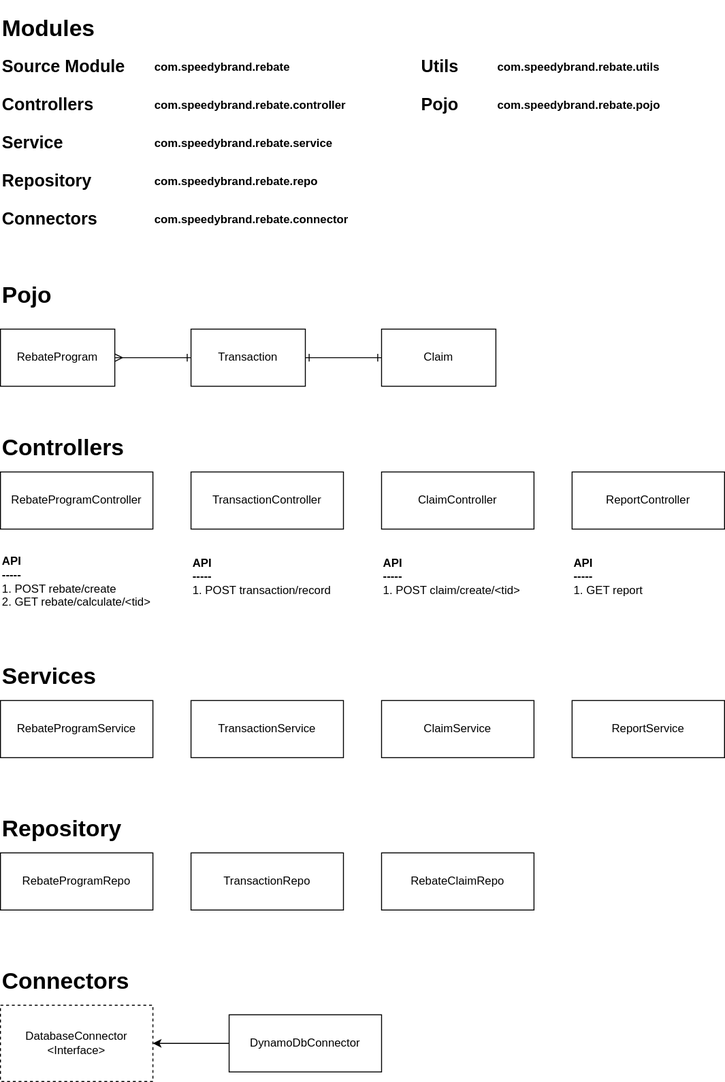
Earlier version of the draw.io export documentation/class_diagram.svg (rahul38888/rebate-service). Source tidied: cells renumbered, new cells last; positions are measured from the earlier drawing's top-left corner, leaving out a move shared by most shapes.
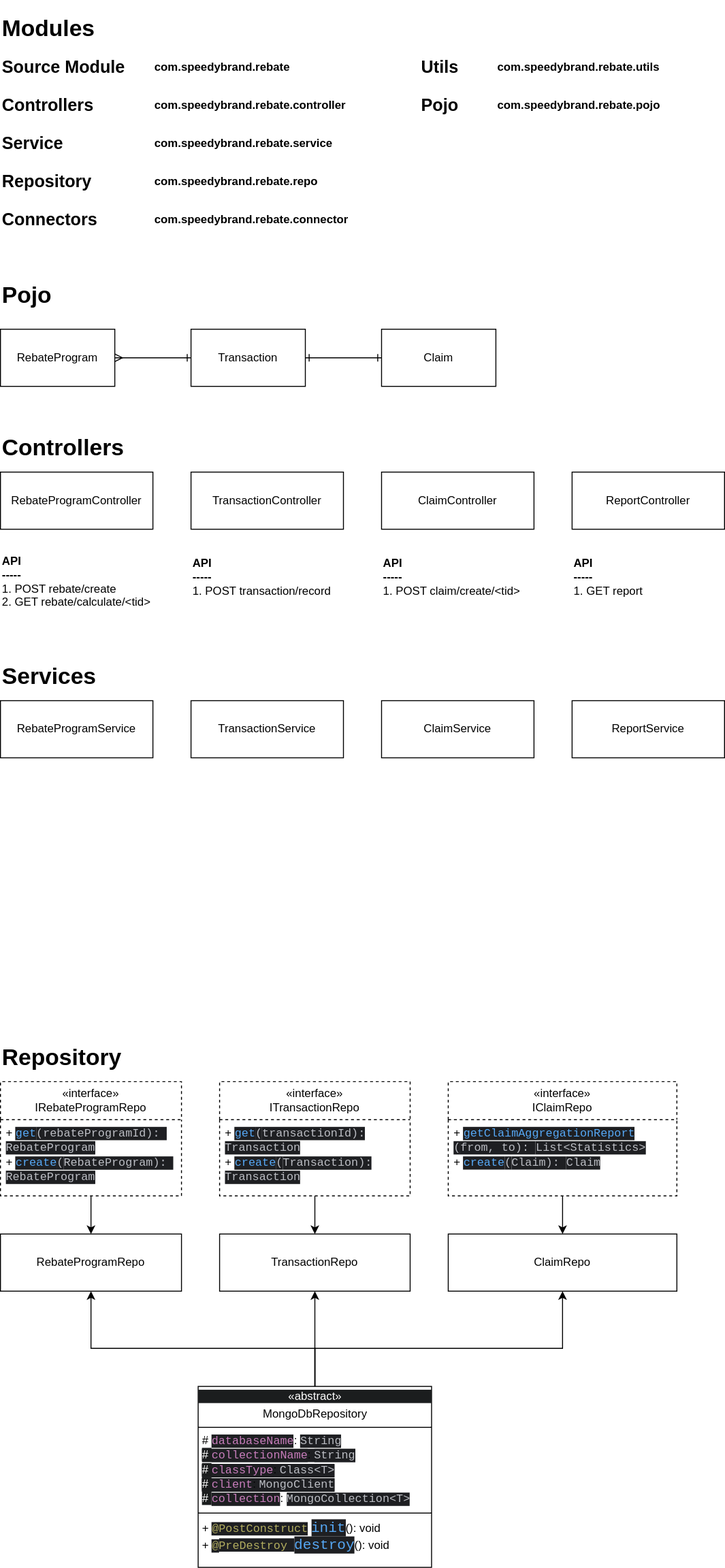
Above is the later version.

The edit, as a diff of the source:
```diff
@@ -107,18 +107,6 @@
     <mxCell id="36" value="ReportService" style="rounded=0;whiteSpace=wrap;html=1;" parent="1" vertex="1">
       <mxGeometry x="600" y="720" width="160" height="60" as="geometry" />
     </mxCell>
-    <mxCell id="37" value="&lt;h1&gt;&lt;b&gt;Connectors&lt;/b&gt;&lt;/h1&gt;" style="text;html=1;strokeColor=none;fillColor=none;align=left;verticalAlign=middle;whiteSpace=wrap;rounded=0;" parent="1" vertex="1">
-      <mxGeometry y="1000" width="160" height="30" as="geometry" />
-    </mxCell>
-    <mxCell id="38" value="DatabaseConnector&lt;br&gt;&amp;lt;Interface&amp;gt;" style="rounded=0;whiteSpace=wrap;html=1;dashed=1;" parent="1" vertex="1">
-      <mxGeometry y="1040" width="160" height="80" as="geometry" />
-    </mxCell>
-    <mxCell id="39" style="edgeStyle=orthogonalEdgeStyle;rounded=0;jettySize=auto;html=1;" parent="1" edge="1" source="40" target="38">
-      <mxGeometry relative="1" as="geometry" />
-    </mxCell>
-    <mxCell id="40" value="DynamoDbConnector" style="rounded=0;whiteSpace=wrap;html=1;" parent="1" vertex="1">
-      <mxGeometry x="240" y="1050" width="160" height="60" as="geometry" />
-    </mxCell>
     <mxCell id="41" value="&lt;b&gt;API&lt;/b&gt;&lt;div&gt;&lt;b&gt;-----&lt;br&gt;&lt;/b&gt;&lt;div&gt;&lt;span style=&quot;background-color: transparent; color: light-dark(rgb(0, 0, 0), rgb(255, 255, 255));&quot;&gt;1. POST rebate/create&lt;br&gt;2. GET rebate/calculate/&amp;lt;tid&amp;gt;&lt;/span&gt;&lt;/div&gt;&lt;/div&gt;" style="text;html=1;align=left;verticalAlign=middle;strokeColor=none;fillColor=none;" parent="1" vertex="1">
       <mxGeometry y="560" width="180" height="70" as="geometry" />
     </mxCell>
@@ -131,18 +119,6 @@
     <mxCell id="44" value="&lt;b&gt;API&lt;/b&gt;&lt;div&gt;&lt;b&gt;-----&lt;br&gt;&lt;/b&gt;&lt;div&gt;&lt;span style=&quot;background-color: transparent; color: light-dark(rgb(0, 0, 0), rgb(255, 255, 255));&quot;&gt;1. GET report&lt;/span&gt;&lt;/div&gt;&lt;/div&gt;" style="text;html=1;align=left;verticalAlign=middle;strokeColor=none;fillColor=none;" parent="1" vertex="1">
       <mxGeometry x="600" y="560" width="100" height="60" as="geometry" />
     </mxCell>
-    <mxCell id="45" value="&lt;h1&gt;&lt;b&gt;Repository&lt;/b&gt;&lt;/h1&gt;" style="text;html=1;strokeColor=none;fillColor=none;align=left;verticalAlign=middle;whiteSpace=wrap;rounded=0;" parent="1" vertex="1">
-      <mxGeometry y="840" width="160" height="30" as="geometry" />
-    </mxCell>
-    <mxCell id="46" value="RebateProgramRepo&lt;span id=&quot;docs-internal-guid-51c3661c-7fff-6c85-ffb4-c56acdf7ba04&quot;&gt;&lt;/span&gt;" style="rounded=0;whiteSpace=wrap;html=1;" parent="1" vertex="1">
-      <mxGeometry y="880" width="160" height="60" as="geometry" />
-    </mxCell>
-    <mxCell id="47" value="TransactionRepo&lt;span id=&quot;docs-internal-guid-d8734f90-7fff-2472-1d8d-e182604378fd&quot;&gt;&lt;/span&gt;&lt;span id=&quot;docs-internal-guid-d8734f90-7fff-2472-1d8d-e182604378fd&quot;&gt;&lt;/span&gt;" style="rounded=0;whiteSpace=wrap;html=1;" parent="1" vertex="1">
-      <mxGeometry x="200" y="880" width="160" height="60" as="geometry" />
-    </mxCell>
-    <mxCell id="48" value="RebateClaimRepo&lt;span id=&quot;docs-internal-guid-51c3661c-7fff-6c85-ffb4-c56acdf7ba04&quot;&gt;&lt;/span&gt;" style="rounded=0;whiteSpace=wrap;html=1;" parent="1" vertex="1">
-      <mxGeometry x="400" y="880" width="160" height="60" as="geometry" />
-    </mxCell>
     <mxCell id="49" style="group;" parent="1" vertex="1">
       <mxGeometry x="440" y="40" width="300" height="30" as="geometry" />
     </mxCell>
@@ -152,5 +128,69 @@
     <mxCell id="51" value="&lt;b&gt;com.speedybrand.rebate.utils&lt;/b&gt;" style="text;html=1;strokeColor=none;fillColor=none;align=left;verticalAlign=middle;whiteSpace=wrap;rounded=0;" parent="49" vertex="1">
       <mxGeometry x="80" width="140" height="30" as="geometry" />
     </mxCell>
+    <mxCell id="52" style="group;" parent="1" vertex="1">
+      <mxGeometry y="1080" width="710" height="550" as="geometry" />
+    </mxCell>
+    <mxCell id="45" value="&lt;h1&gt;&lt;b&gt;Repository&lt;/b&gt;&lt;/h1&gt;" style="text;html=1;strokeColor=none;fillColor=none;align=left;verticalAlign=middle;whiteSpace=wrap;rounded=0;" parent="52" vertex="1">
+      <mxGeometry width="160" height="30" as="geometry" />
+    </mxCell>
+    <mxCell id="53" style="edgeStyle=orthogonalEdgeStyle;rounded=0;jettySize=auto;html=1;" parent="52" edge="1" source="61" target="46">
+      <mxGeometry relative="1" as="geometry" />
+    </mxCell>
+    <mxCell id="54" style="edgeStyle=orthogonalEdgeStyle;rounded=0;jettySize=auto;html=1;" parent="52" edge="1" source="63" target="47">
+      <mxGeometry relative="1" as="geometry" />
+    </mxCell>
+    <mxCell id="55" style="edgeStyle=orthogonalEdgeStyle;rounded=0;jettySize=auto;html=1;" parent="52" edge="1" source="65" target="56">
+      <mxGeometry relative="1" as="geometry" />
+    </mxCell>
+    <mxCell id="46" value="RebateProgramRepo&lt;span id=&quot;docs-internal-guid-51c3661c-7fff-6c85-ffb4-c56acdf7ba04&quot;&gt;&lt;/span&gt;" style="rounded=0;whiteSpace=wrap;html=1;" parent="52" vertex="1">
+      <mxGeometry y="200" width="190" height="60" as="geometry" />
+    </mxCell>
+    <mxCell id="47" value="TransactionRepo&lt;span id=&quot;docs-internal-guid-d8734f90-7fff-2472-1d8d-e182604378fd&quot;&gt;&lt;/span&gt;&lt;span id=&quot;docs-internal-guid-d8734f90-7fff-2472-1d8d-e182604378fd&quot;&gt;&lt;/span&gt;" style="rounded=0;whiteSpace=wrap;html=1;" parent="52" vertex="1">
+      <mxGeometry x="230" y="200" width="200" height="60" as="geometry" />
+    </mxCell>
+    <mxCell id="56" value="ClaimRepo&lt;span id=&quot;docs-internal-guid-51c3661c-7fff-6c85-ffb4-c56acdf7ba04&quot;&gt;&lt;/span&gt;" style="rounded=0;whiteSpace=wrap;html=1;" parent="52" vertex="1">
+      <mxGeometry x="470" y="200" width="240" height="60" as="geometry" />
+    </mxCell>
+    <mxCell id="57" style="edgeStyle=orthogonalEdgeStyle;rounded=0;jettySize=auto;html=1;" parent="52" edge="1" source="60" target="47">
+      <mxGeometry relative="1" as="geometry" />
+    </mxCell>
+    <mxCell id="58" style="edgeStyle=orthogonalEdgeStyle;rounded=0;jettySize=auto;html=1;" parent="52" edge="1" source="60" target="56">
+      <mxGeometry relative="1" as="geometry">
+        <Array as="points">
+          <mxPoint x="330" y="320" />
+          <mxPoint x="590" y="320" />
+        </Array>
+      </mxGeometry>
+    </mxCell>
+    <mxCell id="59" style="edgeStyle=orthogonalEdgeStyle;rounded=0;jettySize=auto;html=1;" parent="52" edge="1" source="60" target="46">
+      <mxGeometry relative="1" as="geometry">
+        <Array as="points">
+          <mxPoint x="330" y="320" />
+          <mxPoint x="95" y="320" />
+        </Array>
+      </mxGeometry>
+    </mxCell>
+    <mxCell id="60" value="&lt;p style=&quot;margin:0px;margin-top:4px;text-align:center;&quot;&gt;&lt;span style=&quot;color: rgb(255, 255, 255); font-family: Helvetica; font-size: 12px; font-style: normal; font-variant-ligatures: normal; font-variant-caps: normal; font-weight: 400; letter-spacing: normal; orphans: 2; text-align: center; text-indent: 0px; text-transform: none; widows: 2; word-spacing: 0px; -webkit-text-stroke-width: 0px; white-space: normal; background-color: rgb(27, 29, 30); text-decoration-thickness: initial; text-decoration-style: initial; text-decoration-color: initial; float: none; display: inline !important;&quot;&gt;&lt;/span&gt;&lt;/p&gt;&lt;div style=&quot;forced-color-adjust: none; color: rgb(255, 255, 255); font-family: Helvetica; font-size: 12px; font-style: normal; font-variant-ligatures: normal; font-variant-caps: normal; font-weight: 400; letter-spacing: normal; orphans: 2; text-align: center; text-indent: 0px; text-transform: none; widows: 2; word-spacing: 0px; -webkit-text-stroke-width: 0px; white-space: normal; background-color: rgb(27, 29, 30); text-decoration-thickness: initial; text-decoration-style: initial; text-decoration-color: initial; box-shadow: none !important;&quot;&gt;«abstract»&lt;br style=&quot;forced-color-adjust: none; box-shadow: none !important;&quot;&gt;&lt;/div&gt;&lt;p style=&quot;margin:0px;margin-top:4px;text-align:center;&quot;&gt;MongoDbRepository&lt;br&gt;&lt;/p&gt;&lt;hr size=&quot;1&quot; style=&quot;border-style:solid;&quot;&gt;&lt;p style=&quot;margin:0px;margin-left:4px;&quot;&gt;#&amp;nbsp;&lt;span style=&quot;color: rgb(199, 125, 187); font-family: &amp;quot;JetBrains Mono&amp;quot;, monospace; background-color: rgb(30, 31, 34);&quot;&gt;&lt;font style=&quot;font-size: 12px;&quot;&gt;databaseName&lt;/font&gt;&lt;/span&gt;&lt;span style=&quot;background-color: transparent; color: light-dark(rgb(0, 0, 0), rgb(255, 255, 255));&quot;&gt;:&amp;nbsp;&lt;/span&gt;&lt;span style=&quot;font-family: &amp;quot;JetBrains Mono&amp;quot;, monospace; background-color: rgb(30, 31, 34); color: rgb(188, 190, 196);&quot;&gt;&lt;font style=&quot;font-size: 12px;&quot;&gt;String&lt;/font&gt;&lt;/span&gt;&lt;/p&gt;&lt;p style=&quot;margin:0px;margin-left:4px;&quot;&gt;&lt;span style=&quot;font-family: &amp;quot;JetBrains Mono&amp;quot;, monospace; background-color: rgb(30, 31, 34); color: rgb(188, 190, 196);&quot;&gt;&lt;font style=&quot;font-size: 12px;&quot;&gt;&lt;span style=&quot;color: rgb(255, 255, 255); font-family: Helvetica; background-color: rgb(27, 29, 30);&quot;&gt;#&amp;nbsp;&lt;/span&gt;&lt;span style=&quot;color: rgb(199, 125, 187); background-color: rgb(30, 31, 34);&quot;&gt;collectionName&lt;/span&gt;&lt;span style=&quot;color: light-dark(rgb(0, 0, 0), rgb(255, 255, 255)); font-family: Helvetica; background-color: transparent;&quot;&gt;:&amp;nbsp;&lt;/span&gt;&lt;span style=&quot;background-color: rgb(30, 31, 34); color: rgb(188, 190, 196);&quot;&gt;String&lt;/span&gt;&lt;br&gt;&lt;/font&gt;&lt;/span&gt;&lt;/p&gt;&lt;p style=&quot;margin:0px;margin-left:4px;&quot;&gt;&lt;span style=&quot;font-family: &amp;quot;JetBrains Mono&amp;quot;, monospace; background-color: rgb(30, 31, 34); color: rgb(188, 190, 196);&quot;&gt;&lt;font style=&quot;font-size: 12px;&quot;&gt;&lt;span style=&quot;background-color: rgb(30, 31, 34); color: rgb(188, 190, 196);&quot;&gt;&lt;span style=&quot;color: rgb(255, 255, 255); font-family: Helvetica; background-color: rgb(27, 29, 30);&quot;&gt;#&amp;nbsp;&lt;/span&gt;&lt;span style=&quot;color: rgb(199, 125, 187); background-color: rgb(30, 31, 34);&quot;&gt;classType&lt;/span&gt;&lt;span style=&quot;color: light-dark(rgb(0, 0, 0), rgb(255, 255, 255)); font-family: Helvetica; background-color: transparent;&quot;&gt;:&amp;nbsp;&lt;/span&gt;&lt;span style=&quot;background-color: rgb(30, 31, 34); color: rgb(188, 190, 196);&quot;&gt;Class&amp;lt;T&amp;gt;&lt;/span&gt;&lt;br&gt;&lt;/span&gt;&lt;/font&gt;&lt;/span&gt;&lt;/p&gt;&lt;p style=&quot;margin:0px;margin-left:4px;&quot;&gt;&lt;span style=&quot;font-family: &amp;quot;JetBrains Mono&amp;quot;, monospace; background-color: rgb(30, 31, 34); color: rgb(188, 190, 196);&quot;&gt;&lt;font style=&quot;font-size: 12px;&quot;&gt;&lt;span style=&quot;background-color: rgb(30, 31, 34); color: rgb(188, 190, 196);&quot;&gt;&lt;span style=&quot;background-color: rgb(30, 31, 34); color: rgb(188, 190, 196);&quot;&gt;&lt;span style=&quot;color: rgb(255, 255, 255); font-family: Helvetica; background-color: rgb(27, 29, 30);&quot;&gt;#&amp;nbsp;&lt;/span&gt;&lt;span style=&quot;color: rgb(199, 125, 187); background-color: rgb(30, 31, 34);&quot;&gt;client&lt;/span&gt;&lt;span style=&quot;color: light-dark(rgb(0, 0, 0), rgb(255, 255, 255)); font-family: Helvetica; background-color: transparent;&quot;&gt;:&amp;nbsp;&lt;/span&gt;&lt;span style=&quot;background-color: rgb(30, 31, 34); color: rgb(188, 190, 196);&quot;&gt;MongoClient&lt;/span&gt;&lt;/span&gt;&lt;/span&gt;&lt;/font&gt;&lt;/span&gt;&lt;/p&gt;&lt;p style=&quot;margin:0px;margin-left:4px;&quot;&gt;&lt;span style=&quot;color: rgb(255, 255, 255); background-color: rgb(27, 29, 30);&quot;&gt;#&amp;nbsp;&lt;/span&gt;&lt;span style=&quot;font-family: &amp;quot;JetBrains Mono&amp;quot;, monospace; background-color: rgb(30, 31, 34); color: rgb(199, 125, 187);&quot;&gt;collection&lt;/span&gt;&lt;span style=&quot;background-color: transparent; color: light-dark(rgb(0, 0, 0), rgb(255, 255, 255));&quot;&gt;:&amp;nbsp;&lt;/span&gt;&lt;span style=&quot;color: rgb(188, 190, 196); font-family: &amp;quot;JetBrains Mono&amp;quot;, monospace; background-color: rgb(30, 31, 34);&quot;&gt;MongoCollection&amp;lt;T&amp;gt;&lt;/span&gt;&lt;/p&gt;&lt;hr size=&quot;1&quot; style=&quot;border-style:solid;&quot;&gt;&lt;p style=&quot;margin:0px;margin-left:4px;&quot;&gt;+&amp;nbsp;&lt;span style=&quot;color: rgb(179, 174, 96); font-family: &amp;quot;JetBrains Mono&amp;quot;, monospace; background-color: rgb(30, 31, 34);&quot;&gt;&lt;font style=&quot;font-size: 12px;&quot;&gt;@PostConstruct&lt;/font&gt;&lt;/span&gt;&lt;span style=&quot;background-color: transparent; color: light-dark(rgb(0, 0, 0), rgb(255, 255, 255));&quot;&gt;&amp;nbsp;&lt;/span&gt;&lt;span style=&quot;color: rgb(86, 168, 245); font-family: &amp;quot;JetBrains Mono&amp;quot;, monospace; font-size: 11.3pt; background-color: rgb(30, 31, 34);&quot;&gt;init&lt;/span&gt;&lt;span style=&quot;background-color: transparent; color: light-dark(rgb(0, 0, 0), rgb(255, 255, 255));&quot;&gt;(): void&lt;/span&gt;&lt;/p&gt;&lt;p style=&quot;margin:0px;margin-left:4px;&quot;&gt;+&amp;nbsp;&lt;span style=&quot;color: rgb(179, 174, 96); font-family: &amp;quot;JetBrains Mono&amp;quot;, monospace; background-color: rgb(30, 31, 34);&quot;&gt;@&lt;/span&gt;&lt;span style=&quot;background-color: rgb(30, 31, 34);&quot;&gt;&lt;font face=&quot;JetBrains Mono, monospace&quot; color=&quot;#b3ae60&quot;&gt;PreDestroy&amp;nbsp;&lt;/font&gt;&lt;/span&gt;&lt;span style=&quot;color: rgb(86, 168, 245); font-family: &amp;quot;JetBrains Mono&amp;quot;, monospace; font-size: 11.3pt; background-color: rgb(30, 31, 34);&quot;&gt;destroy&lt;/span&gt;&lt;span style=&quot;background-color: transparent; color: light-dark(rgb(0, 0, 0), rgb(255, 255, 255));&quot;&gt;(): void&lt;/span&gt;&lt;/p&gt;" style="verticalAlign=top;align=left;overflow=fill;html=1;whiteSpace=wrap;" parent="52" vertex="1">
+      <mxGeometry x="207.5" y="360" width="245" height="190" as="geometry" />
+    </mxCell>
+    <mxCell id="61" value="&lt;div&gt;«interface»&lt;/div&gt;&lt;div&gt;IRebateProgramRepo&lt;/div&gt;" style="swimlane;fontStyle=0;horizontal=1;startSize=40;fillColor=none;whiteSpace=wrap;html=1;dashed=1;" parent="52" vertex="1">
+      <mxGeometry y="40" width="190" height="120" as="geometry" />
+    </mxCell>
+    <mxCell id="62" value="+&amp;nbsp;&lt;font style=&quot;font-size: 12px;&quot;&gt;&lt;span style=&quot;font-family: &amp;quot;JetBrains Mono&amp;quot;, monospace; background-color: rgb(30, 31, 34); color: rgb(86, 168, 245);&quot;&gt;get&lt;/span&gt;&lt;span style=&quot;font-family: &amp;quot;JetBrains Mono&amp;quot;, monospace; background-color: rgb(30, 31, 34); color: rgb(188, 190, 196);&quot;&gt;(&lt;/span&gt;&lt;span style=&quot;font-family: &amp;quot;JetBrains Mono&amp;quot;, monospace; background-color: rgb(30, 31, 34); color: rgb(188, 190, 196);&quot;&gt;rebateProgramId):&amp;nbsp;&lt;/span&gt;&lt;/font&gt;&lt;div&gt;&lt;span style=&quot;color: rgb(188, 190, 196); font-family: &amp;quot;JetBrains Mono&amp;quot;, monospace; background-color: rgb(30, 31, 34);&quot;&gt;RebateProgram&lt;/span&gt;&lt;div&gt;+&amp;nbsp;&lt;span style=&quot;font-family: &amp;quot;JetBrains Mono&amp;quot;, monospace; background-color: rgb(30, 31, 34); color: rgb(86, 168, 245);&quot;&gt;create&lt;/span&gt;&lt;span style=&quot;font-family: &amp;quot;JetBrains Mono&amp;quot;, monospace; background-color: rgb(30, 31, 34); color: rgb(188, 190, 196);&quot;&gt;(&lt;/span&gt;&lt;span style=&quot;font-family: &amp;quot;JetBrains Mono&amp;quot;, monospace; background-color: rgb(30, 31, 34); color: rgb(188, 190, 196);&quot;&gt;RebateProgram):&amp;nbsp;&lt;/span&gt;&lt;/div&gt;&lt;div&gt;&lt;span style=&quot;color: rgb(188, 190, 196); font-family: &amp;quot;JetBrains Mono&amp;quot;, monospace; background-color: rgb(30, 31, 34);&quot;&gt;RebateProgram&lt;/span&gt;&lt;/div&gt;&lt;/div&gt;" style="text;strokeColor=none;fillColor=none;align=left;verticalAlign=top;spacingLeft=4;spacingRight=4;overflow=hidden;whiteSpace=wrap;html=1;" parent="61" vertex="1">
+      <mxGeometry y="40" width="190" height="80" as="geometry" />
+    </mxCell>
+    <mxCell id="63" value="&lt;div&gt;«interface»&lt;br&gt;&lt;/div&gt;ITransactionRepo" style="swimlane;fontStyle=0;horizontal=1;startSize=40;fillColor=none;whiteSpace=wrap;html=1;dashed=1;" parent="52" vertex="1">
+      <mxGeometry x="230" y="40" width="200" height="120" as="geometry" />
+    </mxCell>
+    <mxCell id="64" value="+&amp;nbsp;&lt;font style=&quot;font-size: 12px;&quot;&gt;&lt;span style=&quot;font-family: &amp;quot;JetBrains Mono&amp;quot;, monospace; background-color: rgb(30, 31, 34); color: rgb(86, 168, 245);&quot;&gt;get&lt;/span&gt;&lt;span style=&quot;font-family: &amp;quot;JetBrains Mono&amp;quot;, monospace; background-color: rgb(30, 31, 34); color: rgb(188, 190, 196);&quot;&gt;(&lt;/span&gt;&lt;span style=&quot;font-family: &amp;quot;JetBrains Mono&amp;quot;, monospace; background-color: rgb(30, 31, 34); color: rgb(188, 190, 196);&quot;&gt;transactionId):&lt;/span&gt;&lt;/font&gt;&lt;div&gt;&lt;span style=&quot;color: rgb(188, 190, 196); font-family: &amp;quot;JetBrains Mono&amp;quot;, monospace; background-color: rgb(30, 31, 34);&quot;&gt;Transaction&lt;/span&gt;&lt;div&gt;+&amp;nbsp;&lt;span style=&quot;font-family: &amp;quot;JetBrains Mono&amp;quot;, monospace; background-color: rgb(30, 31, 34); color: rgb(86, 168, 245);&quot;&gt;create&lt;/span&gt;&lt;span style=&quot;font-family: &amp;quot;JetBrains Mono&amp;quot;, monospace; background-color: rgb(30, 31, 34); color: rgb(188, 190, 196);&quot;&gt;(&lt;/span&gt;&lt;span style=&quot;font-family: &amp;quot;JetBrains Mono&amp;quot;, monospace; background-color: rgb(30, 31, 34); color: rgb(188, 190, 196);&quot;&gt;Transaction):&lt;/span&gt;&lt;/div&gt;&lt;div&gt;&lt;span style=&quot;color: rgb(188, 190, 196); font-family: &amp;quot;JetBrains Mono&amp;quot;, monospace; background-color: rgb(30, 31, 34);&quot;&gt;Transaction&lt;/span&gt;&lt;/div&gt;&lt;/div&gt;" style="text;strokeColor=none;fillColor=none;align=left;verticalAlign=top;spacingLeft=4;spacingRight=4;overflow=hidden;whiteSpace=wrap;html=1;" parent="63" vertex="1">
+      <mxGeometry y="40" width="200" height="80" as="geometry" />
+    </mxCell>
+    <mxCell id="65" value="&lt;div&gt;«interface»&lt;br&gt;&lt;/div&gt;IClaimRepo&lt;div&gt;&lt;/div&gt;" style="swimlane;fontStyle=0;horizontal=1;startSize=40;fillColor=none;whiteSpace=wrap;html=1;dashed=1;" parent="52" vertex="1">
+      <mxGeometry x="470" y="40" width="240" height="120" as="geometry" />
+    </mxCell>
+    <mxCell id="66" value="+&amp;nbsp;&lt;font style=&quot;font-size: 12px;&quot;&gt;&lt;span style=&quot;font-family: &amp;quot;JetBrains Mono&amp;quot;, monospace; background-color: rgb(30, 31, 34); color: rgb(86, 168, 245);&quot;&gt;getClaimAggregationReport&lt;/span&gt;&lt;/font&gt;&lt;div&gt;&lt;font style=&quot;font-size: 12px;&quot;&gt;&lt;span style=&quot;font-family: &amp;quot;JetBrains Mono&amp;quot;, monospace; background-color: rgb(30, 31, 34); color: rgb(188, 190, 196);&quot;&gt;(&lt;/span&gt;&lt;span style=&quot;font-family: &amp;quot;JetBrains Mono&amp;quot;, monospace; background-color: rgb(30, 31, 34); color: rgb(188, 190, 196);&quot;&gt;from, to):&amp;nbsp;&lt;/span&gt;&lt;/font&gt;&lt;span style=&quot;color: rgb(188, 190, 196); font-family: &amp;quot;JetBrains Mono&amp;quot;, monospace; background-color: rgb(30, 31, 34);&quot;&gt;List&amp;lt;Statistics&amp;gt;&lt;/span&gt;&lt;div&gt;+&amp;nbsp;&lt;span style=&quot;font-family: &amp;quot;JetBrains Mono&amp;quot;, monospace; background-color: rgb(30, 31, 34); color: rgb(86, 168, 245);&quot;&gt;create&lt;/span&gt;&lt;span style=&quot;font-family: &amp;quot;JetBrains Mono&amp;quot;, monospace; background-color: rgb(30, 31, 34); color: rgb(188, 190, 196);&quot;&gt;(&lt;/span&gt;&lt;span style=&quot;font-family: &amp;quot;JetBrains Mono&amp;quot;, monospace; background-color: rgb(30, 31, 34); color: rgb(188, 190, 196);&quot;&gt;Claim):&amp;nbsp;&lt;/span&gt;&lt;span style=&quot;color: rgb(188, 190, 196); font-family: &amp;quot;JetBrains Mono&amp;quot;, monospace; background-color: rgb(30, 31, 34);&quot;&gt;Claim&lt;/span&gt;&lt;/div&gt;&lt;/div&gt;" style="text;strokeColor=none;fillColor=none;align=left;verticalAlign=top;spacingLeft=4;spacingRight=4;overflow=hidden;whiteSpace=wrap;html=1;" parent="65" vertex="1">
+      <mxGeometry y="40" width="240" height="80" as="geometry" />
+    </mxCell>
   </root>
 </mxGraphModel>
```
